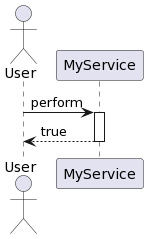
Before: assets/uml_images/example.png, a diagram exported from PlantUML (KyleRego/KyleRego.github.io).
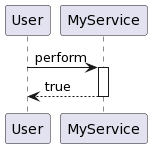
Above is the later version.

Change to the diagram source:
```diff
@@ -1,7 +1,5 @@
 @startuml
-actor User
-
-  User -> MyService : perform
+User -> MyService : perform
   activate MyService
     return true
   deactivate MyService
```
